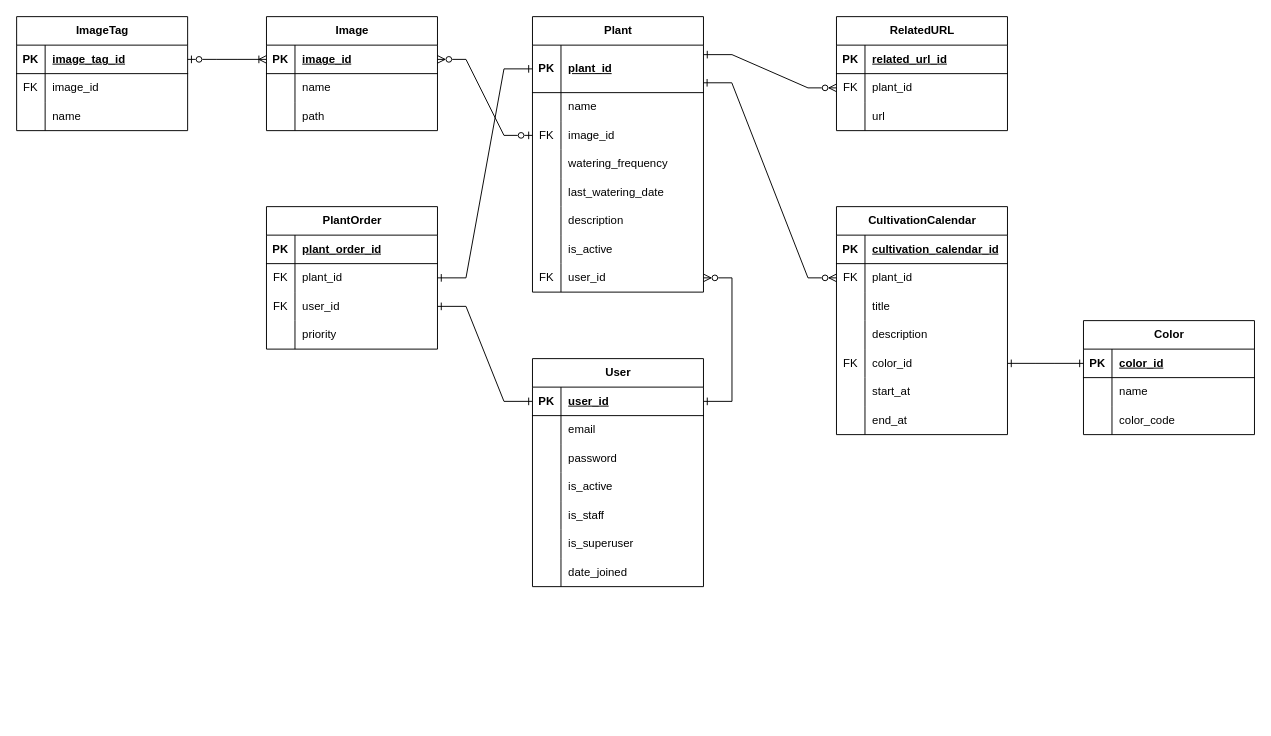
AikawaShota/garden-management keeps this draw.io diagram as documents/ERD.drawio. Above is the earlier version. Source tidied: cells renumbered, new cells numbered last; positions are measured from the earlier drawing's top-left corner, leaving out a move shared by most shapes. Both pictures are drawn from the tidied source at 95%, with x=0, y=0 at pixel (16, 16).
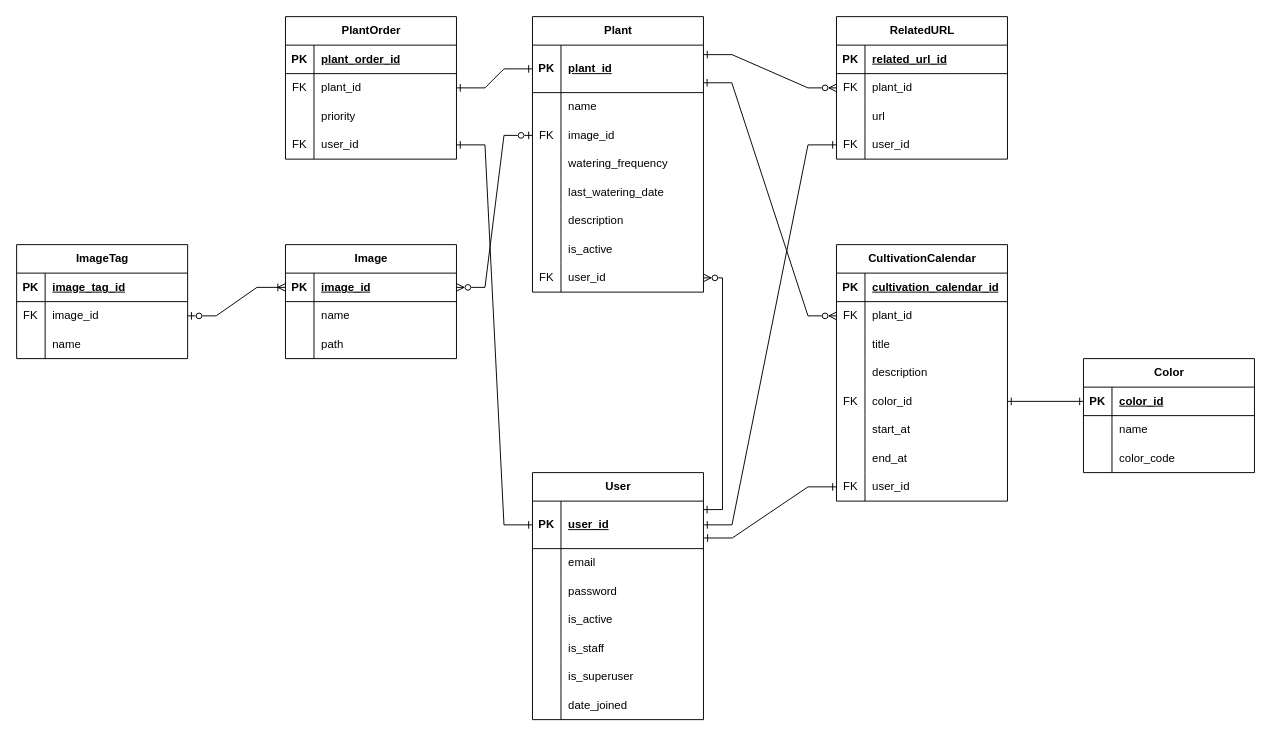
After the change.

The change refers to these unchanged cells:
```xml
<mxCell id="24" style="shape=tableRow;horizontal=0;startSize=0;swimlaneHead=0;swimlaneBody=0;fillColor=none;points=[[0,0.5],[1,0.5]];portConstraint=eastwest;top=0;left=0;right=0;bottom=0;" parent="2" vertex="1">
  <mxGeometry y="260" width="180" height="30" as="geometry" />
</mxCell>
<mxCell id="95" style="shape=tableRow;horizontal=0;startSize=0;swimlaneHead=0;swimlaneBody=0;fillColor=none;points=[[0,0.5],[1,0.5]];portConstraint=eastwest;top=0;left=0;right=0;bottom=1;" parent="94" vertex="1">
  <mxGeometry y="30" width="180" height="30" as="geometry" />
</mxCell>
<mxCell id="106" style="shape=tableRow;horizontal=0;startSize=0;swimlaneHead=0;swimlaneBody=0;fillColor=none;points=[[0,0.5],[1,0.5]];portConstraint=eastwest;top=0;left=0;right=0;bottom=1;" parent="105" vertex="1">
  <mxGeometry y="30" width="180" height="30" as="geometry" />
</mxCell>
<mxCell id="109" style="shape=tableRow;horizontal=0;startSize=0;swimlaneHead=0;swimlaneBody=0;fillColor=none;points=[[0,0.5],[1,0.5]];portConstraint=eastwest;top=0;left=0;right=0;bottom=0;" parent="105" vertex="1">
  <mxGeometry y="60" width="180" height="30" as="geometry" />
</mxCell>
```

Change to the diagram source:
```diff
@@
     <mxCell id="27" value="User" style="shape=table;startSize=30;childLayout=tableLayout;rowLines=0;fontStyle=1;align=center;html=1;" parent="1" vertex="1">
-      <mxGeometry x="543" y="360" width="180" height="240" as="geometry" />
+      <mxGeometry x="543" y="480" width="180" height="260" as="geometry" />
     </mxCell>
     <mxCell id="28" style="shape=tableRow;horizontal=0;startSize=0;swimlaneHead=0;swimlaneBody=0;fillColor=none;points=[[0,0.5],[1,0.5]];portConstraint=eastwest;top=0;left=0;right=0;bottom=1;" parent="27" vertex="1">
-      <mxGeometry y="30" width="180" height="30" as="geometry" />
+      <mxGeometry y="30" width="180" height="50" as="geometry" />
     </mxCell>
     <mxCell id="29" value="PK" style="shape=partialRectangle;fillColor=none;top=0;left=0;bottom=0;right=0;fontStyle=1;overflow=hidden;whiteSpace=wrap;html=1;" parent="28" vertex="1">
-      <mxGeometry width="30" height="30" as="geometry" />
+      <mxGeometry width="30" height="50" as="geometry" />
     </mxCell>
     <mxCell id="30" value="user_id" style="shape=partialRectangle;fillColor=none;top=0;left=0;bottom=0;right=0;align=left;spacingLeft=6;fontStyle=5;overflow=hidden;whiteSpace=wrap;html=1;" parent="28" vertex="1">
-      <mxGeometry x="30" width="150" height="30" as="geometry" />
+      <mxGeometry x="30" width="150" height="50" as="geometry" />
     </mxCell>
     <mxCell id="31" style="shape=tableRow;horizontal=0;startSize=0;swimlaneHead=0;swimlaneBody=0;fillColor=none;top=0;left=0;right=0;bottom=0;" parent="27" vertex="1">
-      <mxGeometry y="60" width="180" height="30" as="geometry" />
+      <mxGeometry y="80" width="180" height="30" as="geometry" />
     </mxCell>
@@
     <mxCell id="34" style="shape=tableRow;horizontal=0;startSize=0;swimlaneHead=0;swimlaneBody=0;fillColor=none;top=0;left=0;right=0;bottom=0;" parent="27" vertex="1">
-      <mxGeometry y="90" width="180" height="30" as="geometry" />
+      <mxGeometry y="110" width="180" height="30" as="geometry" />
     </mxCell>
@@
     <mxCell id="37" style="shape=tableRow;horizontal=0;startSize=0;swimlaneHead=0;swimlaneBody=0;fillColor=none;top=0;left=0;right=0;bottom=0;" parent="27" vertex="1">
-      <mxGeometry y="120" width="180" height="30" as="geometry" />
+      <mxGeometry y="140" width="180" height="30" as="geometry" />
     </mxCell>
@@
     <mxCell id="40" style="shape=tableRow;horizontal=0;startSize=0;swimlaneHead=0;swimlaneBody=0;fillColor=none;top=0;left=0;right=0;bottom=0;" parent="27" vertex="1">
-      <mxGeometry y="150" width="180" height="30" as="geometry" />
+      <mxGeometry y="170" width="180" height="30" as="geometry" />
     </mxCell>
@@
     <mxCell id="43" style="shape=tableRow;horizontal=0;startSize=0;swimlaneHead=0;swimlaneBody=0;fillColor=none;top=0;left=0;right=0;bottom=0;" parent="27" vertex="1">
-      <mxGeometry y="180" width="180" height="30" as="geometry" />
+      <mxGeometry y="200" width="180" height="30" as="geometry" />
     </mxCell>
@@
     <mxCell id="46" style="shape=tableRow;horizontal=0;startSize=0;swimlaneHead=0;swimlaneBody=0;fillColor=none;top=0;left=0;right=0;bottom=0;" parent="27" vertex="1">
-      <mxGeometry y="210" width="180" height="30" as="geometry" />
+      <mxGeometry y="230" width="180" height="30" as="geometry" />
     </mxCell>
@@
     <mxCell id="49" value="RelatedURL" style="shape=table;startSize=30;childLayout=tableLayout;rowLines=0;fontStyle=1;align=center;html=1;" parent="1" vertex="1">
-      <mxGeometry x="863" width="180" height="120" as="geometry" />
+      <mxGeometry x="863" width="180" height="150" as="geometry" />
     </mxCell>
@@
+    <mxCell id="133" style="shape=tableRow;horizontal=0;startSize=0;swimlaneHead=0;swimlaneBody=0;fillColor=none;points=[[0,0.5],[1,0.5]];portConstraint=eastwest;top=0;left=0;right=0;bottom=0;" parent="49" vertex="1">
+      <mxGeometry y="120" width="180" height="30" as="geometry" />
+    </mxCell>
+    <mxCell id="134" value="FK" style="shape=partialRectangle;fillColor=none;top=0;left=0;bottom=0;right=0;overflow=hidden;whiteSpace=wrap;html=1;" parent="133" vertex="1">
+      <mxGeometry width="30" height="30" as="geometry" />
+    </mxCell>
+    <mxCell id="135" value="user_id" style="shape=partialRectangle;fillColor=none;top=0;left=0;bottom=0;right=0;align=left;spacingLeft=6;overflow=hidden;whiteSpace=wrap;html=1;" parent="133" vertex="1">
+      <mxGeometry x="30" width="150" height="30" as="geometry" />
+    </mxCell>
     <mxCell id="59" value="CultivationCalendar" style="shape=table;startSize=30;childLayout=tableLayout;rowLines=0;fontStyle=1;align=center;html=1;" parent="1" vertex="1">
-      <mxGeometry x="863" y="200" width="180" height="240" as="geometry" />
+      <mxGeometry x="863" y="240" width="180" height="270" as="geometry" />
     </mxCell>
@@
+    <mxCell id="136" style="shape=tableRow;horizontal=0;startSize=0;swimlaneHead=0;swimlaneBody=0;fillColor=none;points=[[0,0.5],[1,0.5]];portConstraint=eastwest;top=0;left=0;right=0;bottom=0;" parent="59" vertex="1">
+      <mxGeometry y="240" width="180" height="30" as="geometry" />
+    </mxCell>
+    <mxCell id="137" value="FK" style="shape=partialRectangle;fillColor=none;top=0;left=0;bottom=0;right=0;overflow=hidden;whiteSpace=wrap;html=1;" parent="136" vertex="1">
+      <mxGeometry width="30" height="30" as="geometry" />
+    </mxCell>
+    <mxCell id="138" value="user_id" style="shape=partialRectangle;fillColor=none;top=0;left=0;bottom=0;right=0;align=left;spacingLeft=6;overflow=hidden;whiteSpace=wrap;html=1;" parent="136" vertex="1">
+      <mxGeometry x="30" width="150" height="30" as="geometry" />
+    </mxCell>
@@
     <mxCell id="83" value="Color" style="shape=table;startSize=30;childLayout=tableLayout;rowLines=0;fontStyle=1;align=center;html=1;" parent="1" vertex="1">
-      <mxGeometry x="1123" y="320" width="180" height="120" as="geometry" />
+      <mxGeometry x="1123" y="360" width="180" height="120" as="geometry" />
     </mxCell>
@@
     <mxCell id="94" value="Image" style="shape=table;startSize=30;childLayout=tableLayout;rowLines=0;fontStyle=1;align=center;html=1;" parent="1" vertex="1">
-      <mxGeometry x="263" width="180" height="120" as="geometry" />
+      <mxGeometry x="283" y="240" width="180" height="120" as="geometry" />
     </mxCell>
@@
     <mxCell id="105" value="ImageTag" style="shape=table;startSize=30;childLayout=tableLayout;rowLines=0;fontStyle=1;align=center;html=1;" parent="1" vertex="1">
-      <mxGeometry width="180" height="120" as="geometry" />
+      <mxGeometry y="240" width="180" height="120" as="geometry" />
     </mxCell>
@@
-    <mxCell id="115" style="edgeStyle=entityRelationEdgeStyle;rounded=0;jettySize=auto;html=1;startArrow=ERzeroToOne;startFill=0;endArrow=ERoneToMany;endFill=0;entryX=0;entryY=0.5;entryDx=0;entryDy=0;exitX=1;exitY=0.5;exitDx=0;exitDy=0;" parent="1" edge="1" source="106" target="95">
+    <mxCell id="115" style="edgeStyle=entityRelationEdgeStyle;rounded=0;jettySize=auto;html=1;startArrow=ERzeroToOne;startFill=0;endArrow=ERoneToMany;endFill=0;entryX=0;entryY=0.5;entryDx=0;entryDy=0;exitX=1;exitY=0.5;exitDx=0;exitDy=0;" parent="1" edge="1" source="109" target="95">
       <mxGeometry relative="1" as="geometry" />
     </mxCell>
-    <mxCell id="116" style="edgeStyle=entityRelationEdgeStyle;rounded=0;jettySize=auto;html=1;exitX=1;exitY=0.5;exitDx=0;exitDy=0;entryX=1;entryY=0.5;entryDx=0;entryDy=0;startArrow=ERzeroToMany;startFill=0;endArrow=ERone;endFill=0;" parent="1" edge="1" source="24" target="28">
+    <mxCell id="116" style="edgeStyle=orthogonalEdgeStyle;rounded=0;jettySize=auto;html=1;exitX=1;exitY=0.5;exitDx=0;exitDy=0;entryX=0.999;entryY=0.178;entryDx=0;entryDy=0;startArrow=ERzeroToMany;startFill=0;endArrow=ERone;endFill=0;entryPerimeter=0;" parent="1" edge="1" source="24" target="28">
       <mxGeometry relative="1" as="geometry" />
     </mxCell>
     <mxCell id="117" value="PlantOrder" style="shape=table;startSize=30;childLayout=tableLayout;rowLines=0;fontStyle=1;align=center;html=1;" parent="1" vertex="1">
-      <mxGeometry x="263" y="200" width="180" height="150" as="geometry" />
+      <mxGeometry x="283" width="180" height="150" as="geometry" />
     </mxCell>
@@
-    <mxCell id="124" style="shape=tableRow;horizontal=0;startSize=0;swimlaneHead=0;swimlaneBody=0;fillColor=none;points=[[0,0.5],[1,0.5]];portConstraint=eastwest;top=0;left=0;right=0;bottom=0;" parent="117" vertex="1">
-      <mxGeometry y="90" width="180" height="30" as="geometry" />
-    </mxCell>
-    <mxCell id="125" value="FK" style="shape=partialRectangle;fillColor=none;top=0;left=0;bottom=0;right=0;overflow=hidden;whiteSpace=wrap;html=1;" parent="124" vertex="1">
-      <mxGeometry width="30" height="30" as="geometry" />
-    </mxCell>
-    <mxCell id="126" value="user_id" style="shape=partialRectangle;fillColor=none;top=0;left=0;bottom=0;right=0;align=left;spacingLeft=6;overflow=hidden;whiteSpace=wrap;html=1;" parent="124" vertex="1">
-      <mxGeometry x="30" width="150" height="30" as="geometry" />
-    </mxCell>
     <mxCell id="127" style="shape=tableRow;horizontal=0;startSize=0;swimlaneHead=0;swimlaneBody=0;fillColor=none;top=0;left=0;right=0;bottom=0;" parent="117" vertex="1">
-      <mxGeometry y="120" width="180" height="30" as="geometry" />
+      <mxGeometry y="90" width="180" height="30" as="geometry" />
     </mxCell>
@@
+    <mxCell id="139" style="shape=tableRow;horizontal=0;startSize=0;swimlaneHead=0;swimlaneBody=0;fillColor=none;points=[[0,0.5],[1,0.5]];portConstraint=eastwest;top=0;left=0;right=0;bottom=0;" parent="117" vertex="1">
+      <mxGeometry y="120" width="180" height="30" as="geometry" />
+    </mxCell>
+    <mxCell id="140" value="FK" style="shape=partialRectangle;fillColor=none;top=0;left=0;bottom=0;right=0;overflow=hidden;whiteSpace=wrap;html=1;" parent="139" vertex="1">
+      <mxGeometry width="30" height="30" as="geometry" />
+    </mxCell>
+    <mxCell id="141" value="user_id" style="shape=partialRectangle;fillColor=none;top=0;left=0;bottom=0;right=0;align=left;spacingLeft=6;overflow=hidden;whiteSpace=wrap;html=1;" parent="139" vertex="1">
+      <mxGeometry x="30" width="150" height="30" as="geometry" />
+    </mxCell>
@@
-    <mxCell id="131" style="edgeStyle=entityRelationEdgeStyle;rounded=0;jettySize=auto;html=1;exitX=0;exitY=0.5;exitDx=0;exitDy=0;entryX=1;entryY=0.5;entryDx=0;entryDy=0;startArrow=ERone;startFill=0;endArrow=ERone;endFill=0;" parent="1" edge="1" source="28" target="124">
-      <mxGeometry relative="1" as="geometry" />
-    </mxCell>
@@
+    <mxCell id="142" style="edgeStyle=entityRelationEdgeStyle;rounded=0;jettySize=auto;html=1;exitX=1;exitY=0.5;exitDx=0;exitDy=0;entryX=0;entryY=0.5;entryDx=0;entryDy=0;startArrow=ERone;startFill=0;endArrow=ERone;endFill=0;" parent="1" edge="1" source="139" target="28">
+      <mxGeometry relative="1" as="geometry" />
+    </mxCell>
+    <mxCell id="143" style="edgeStyle=entityRelationEdgeStyle;rounded=0;jettySize=auto;html=1;exitX=0;exitY=0.5;exitDx=0;exitDy=0;entryX=1;entryY=0.5;entryDx=0;entryDy=0;startArrow=ERone;startFill=0;endArrow=ERone;endFill=0;" parent="1" edge="1" source="133" target="28">
+      <mxGeometry relative="1" as="geometry" />
+    </mxCell>
+    <mxCell id="144" style="edgeStyle=entityRelationEdgeStyle;rounded=0;jettySize=auto;html=1;exitX=0;exitY=0.5;exitDx=0;exitDy=0;entryX=1.002;entryY=0.776;entryDx=0;entryDy=0;entryPerimeter=0;startArrow=ERone;startFill=0;endArrow=ERone;endFill=0;" parent="1" edge="1" source="136" target="28">
+      <mxGeometry relative="1" as="geometry" />
+    </mxCell>
```
